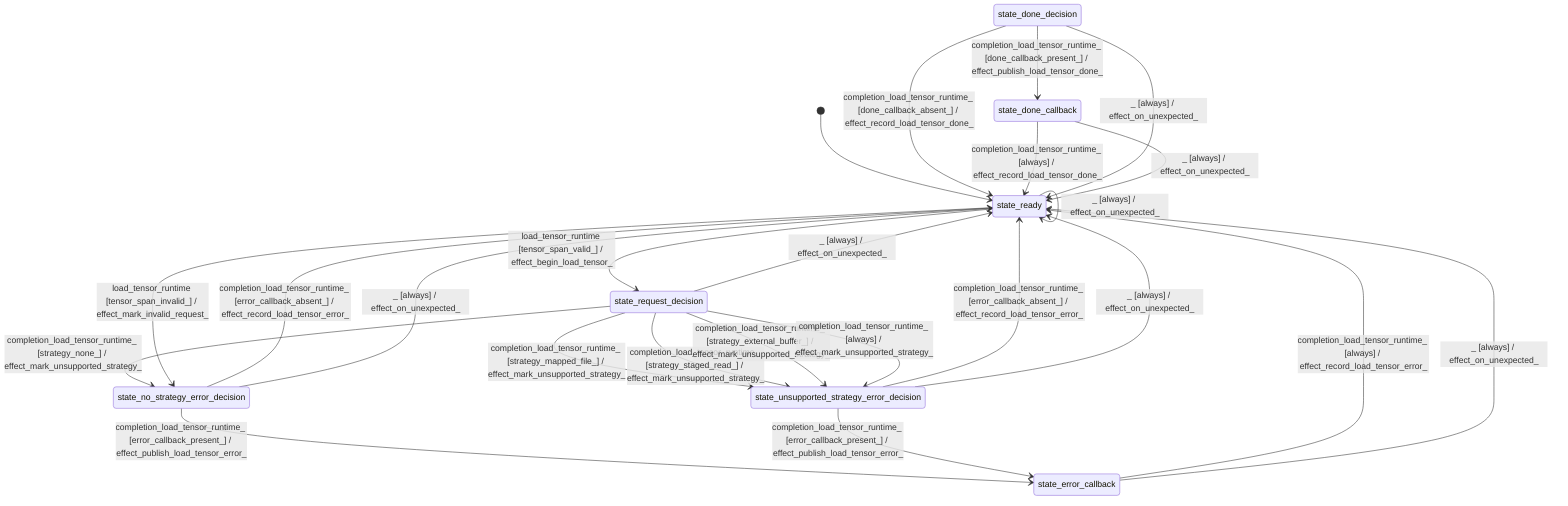
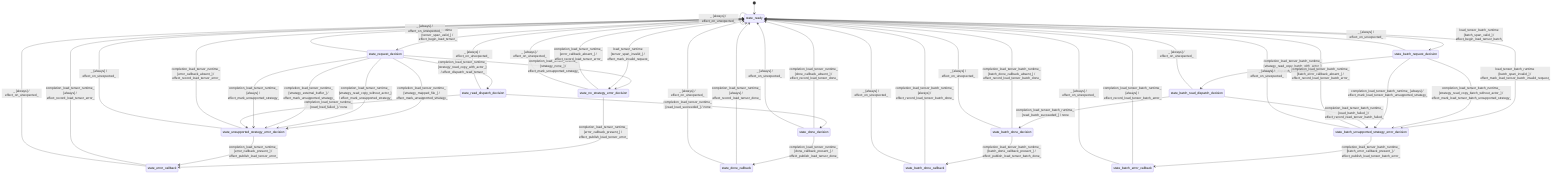
stateDiagram-v2
  direction TB
  [*] --> state_ready
  state_ready --> state_request_decision : load_tensor_runtime [tensor_span_valid_] / effect_begin_load_tensor_
  state_request_decision --> state_no_strategy_error_decision : completion_load_tensor_runtime_ [strategy_none_] / effect_mark_unsupported_strategy_
  state_request_decision --> state_unsupported_strategy_error_decision : completion_load_tensor_runtime_ [strategy_mapped_file_] / effect_mark_unsupported_strategy_
-   state_request_decision --> state_unsupported_strategy_error_decision : completion_load_tensor_runtime_ [strategy_staged_read_] / effect_mark_unsupported_strategy_
+   state_request_decision --> state_read_dispatch_decision : completion_load_tensor_runtime_ [strategy_read_copy_with_actor_] / effect_dispatch_read_tensor_
+   state_request_decision --> state_unsupported_strategy_error_decision : completion_load_tensor_runtime_ [strategy_read_copy_without_actor_] / effect_mark_unsupported_strategy_
  state_request_decision --> state_unsupported_strategy_error_decision : completion_load_tensor_runtime_ [strategy_external_buffer_] / effect_mark_unsupported_strategy_
  state_request_decision --> state_unsupported_strategy_error_decision : completion_load_tensor_runtime_ [always] / effect_mark_unsupported_strategy_
  state_ready --> state_no_strategy_error_decision : load_tensor_runtime [tensor_span_invalid_] / effect_mark_invalid_request_
+   state_read_dispatch_decision --> state_done_decision : completion_load_tensor_runtime_ [read_load_succeeded_] / none
+   state_read_dispatch_decision --> state_unsupported_strategy_error_decision : completion_load_tensor_runtime_ [read_load_failed_] / none
  state_done_decision --> state_done_callback : completion_load_tensor_runtime_ [done_callback_present_] / effect_publish_load_tensor_done_
  state_done_decision --> state_ready : completion_load_tensor_runtime_ [done_callback_absent_] / effect_record_load_tensor_done_
  state_done_callback --> state_ready : completion_load_tensor_runtime_ [always] / effect_record_load_tensor_done_
  state_no_strategy_error_decision --> state_error_callback : completion_load_tensor_runtime_ [error_callback_present_] / effect_publish_load_tensor_error_
  state_no_strategy_error_decision --> state_ready : completion_load_tensor_runtime_ [error_callback_absent_] / effect_record_load_tensor_error_
  state_unsupported_strategy_error_decision --> state_error_callback : completion_load_tensor_runtime_ [error_callback_present_] / effect_publish_load_tensor_error_
  state_unsupported_strategy_error_decision --> state_ready : completion_load_tensor_runtime_ [error_callback_absent_] / effect_record_load_tensor_error_
  state_error_callback --> state_ready : completion_load_tensor_runtime_ [always] / effect_record_load_tensor_error_
+   state_ready --> state_batch_request_decision : load_tensor_batch_runtime [batch_span_valid_] / effect_begin_load_tensor_batch_
+   state_ready --> state_batch_unsupported_strategy_error_decision : load_tensor_batch_runtime [batch_span_invalid_] / effect_mark_load_tensor_batch_invalid_request_
+   state_batch_request_decision --> state_batch_read_dispatch_decision : completion_load_tensor_batch_runtime_ [strategy_read_copy_batch_with_actor_] / effect_dispatch_read_tensor_batch_
+   state_batch_request_decision --> state_batch_unsupported_strategy_error_decision : completion_load_tensor_batch_runtime_ [strategy_read_copy_batch_without_actor_] / effect_mark_load_tensor_batch_unsupported_strategy_
+   state_batch_request_decision --> state_batch_unsupported_strategy_error_decision : completion_load_tensor_batch_runtime_ [always] / effect_mark_load_tensor_batch_unsupported_strategy_
+   state_batch_read_dispatch_decision --> state_batch_done_decision : completion_load_tensor_batch_runtime_ [read_batch_succeeded_] / none
+   state_batch_read_dispatch_decision --> state_batch_unsupported_strategy_error_decision : completion_load_tensor_batch_runtime_ [read_batch_failed_] / effect_record_read_tensor_batch_failed_
+   state_batch_done_decision --> state_batch_done_callback : completion_load_tensor_batch_runtime_ [batch_done_callback_present_] / effect_publish_load_tensor_batch_done_
+   state_batch_done_decision --> state_ready : completion_load_tensor_batch_runtime_ [batch_done_callback_absent_] / effect_record_load_tensor_batch_done_
+   state_batch_done_callback --> state_ready : completion_load_tensor_batch_runtime_ [always] / effect_record_load_tensor_batch_done_
+   state_batch_unsupported_strategy_error_decision --> state_batch_error_callback : completion_load_tensor_batch_runtime_ [batch_error_callback_present_] / effect_publish_load_tensor_batch_error_
+   state_batch_unsupported_strategy_error_decision --> state_ready : completion_load_tensor_batch_runtime_ [batch_error_callback_absent_] / effect_record_load_tensor_batch_error_
+   state_batch_error_callback --> state_ready : completion_load_tensor_batch_runtime_ [always] / effect_record_load_tensor_batch_error_
  state_ready --> state_ready : _ [always] / effect_on_unexpected_
  state_request_decision --> state_ready : _ [always] / effect_on_unexpected_
  state_no_strategy_error_decision --> state_ready : _ [always] / effect_on_unexpected_
  state_unsupported_strategy_error_decision --> state_ready : _ [always] / effect_on_unexpected_
  state_error_callback --> state_ready : _ [always] / effect_on_unexpected_
+   state_read_dispatch_decision --> state_ready : _ [always] / effect_on_unexpected_
  state_done_decision --> state_ready : _ [always] / effect_on_unexpected_
  state_done_callback --> state_ready : _ [always] / effect_on_unexpected_
+   state_batch_request_decision --> state_ready : _ [always] / effect_on_unexpected_
+   state_batch_unsupported_strategy_error_decision --> state_ready : _ [always] / effect_on_unexpected_
+   state_batch_error_callback --> state_ready : _ [always] / effect_on_unexpected_
+   state_batch_read_dispatch_decision --> state_ready : _ [always] / effect_on_unexpected_
+   state_batch_done_decision --> state_ready : _ [always] / effect_on_unexpected_
+   state_batch_done_callback --> state_ready : _ [always] / effect_on_unexpected_
